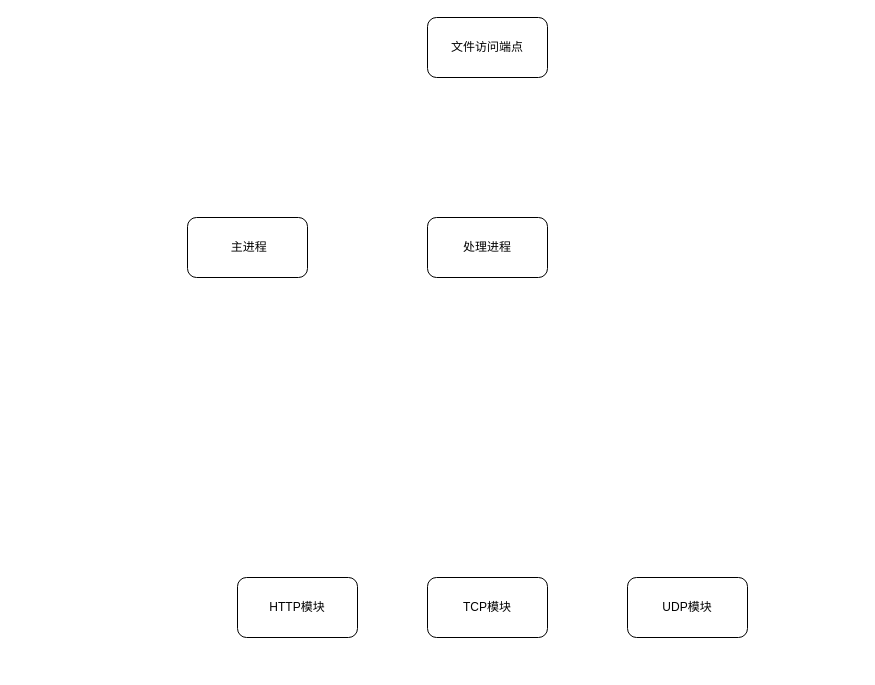
The draw.io diagram SystemGraph.drawio in CycleZero/mini-CentralNetwork, before the edit. Source tidied: cells renumbered, new cells numbered last; positions are measured from the earlier drawing's top-left corner, leaving out a move shared by most shapes. Both pictures are drawn from the tidied source at 100%, with x=0, y=0 at pixel (187, 17).
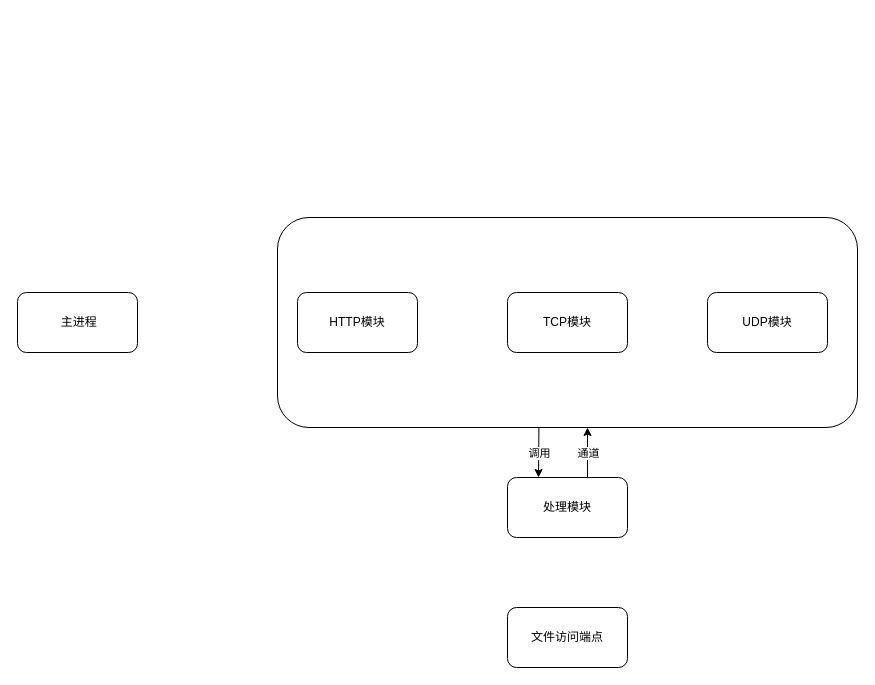
Above is the later version.

Diff of the diagram source:
```diff
@@
 <mxGraphModel>
   <root>
     <mxCell id="0" />
     <mxCell id="1" parent="0" />
+    <mxCell id="8" style="rounded=1;whiteSpace=wrap;html=1;" parent="1" vertex="1">
+      <mxGeometry x="90" y="200" width="580" height="210" as="geometry" />
+    </mxCell>
     <mxCell id="2" value="&amp;nbsp;主进程" style="rounded=1;whiteSpace=wrap;html=1;" parent="1" vertex="1">
-      <mxGeometry y="200" width="120" height="60" as="geometry" />
+      <mxGeometry x="-170" y="275" width="120" height="60" as="geometry" />
     </mxCell>
     <mxCell id="3" value="HTTP模块" style="rounded=1;whiteSpace=wrap;html=1;" parent="1" vertex="1">
-      <mxGeometry x="50" y="560" width="120" height="60" as="geometry" />
+      <mxGeometry x="110" y="275" width="120" height="60" as="geometry" />
     </mxCell>
     <mxCell id="4" value="TCP模块" style="rounded=1;whiteSpace=wrap;html=1;" parent="1" vertex="1">
-      <mxGeometry x="240" y="560" width="120" height="60" as="geometry" />
+      <mxGeometry x="320" y="275" width="120" height="60" as="geometry" />
     </mxCell>
     <mxCell id="5" value="UDP模块" style="rounded=1;whiteSpace=wrap;html=1;" parent="1" vertex="1">
-      <mxGeometry x="440" y="560" width="120" height="60" as="geometry" />
+      <mxGeometry x="520" y="275" width="120" height="60" as="geometry" />
     </mxCell>
-    <mxCell id="6" value="处理进程" style="rounded=1;whiteSpace=wrap;html=1;" parent="1" vertex="1">
-      <mxGeometry x="240" y="200" width="120" height="60" as="geometry" />
+    <mxCell id="6" value="处理模块" style="rounded=1;whiteSpace=wrap;html=1;" parent="1" vertex="1">
+      <mxGeometry x="320" y="460" width="120" height="60" as="geometry" />
     </mxCell>
     <mxCell id="7" value="文件访问端点" style="rounded=1;whiteSpace=wrap;html=1;" parent="1" vertex="1">
-      <mxGeometry x="240" width="120" height="60" as="geometry" />
+      <mxGeometry x="320" y="590" width="120" height="60" as="geometry" />
     </mxCell>
+    <mxCell id="9" style="endArrow=classic;html=1;exitX=0.667;exitY=0.011;exitDx=0;exitDy=0;exitPerimeter=0;" parent="1" edge="1" source="6">
+      <mxGeometry relative="1" as="geometry">
+        <mxPoint x="400" y="410" as="targetPoint" />
+      </mxGeometry>
+    </mxCell>
+    <mxCell id="10" value="通道" style="edgeLabel;html=1;align=center;verticalAlign=middle;" parent="9" vertex="1">
+      <mxGeometry relative="1" as="geometry" />
+    </mxCell>
+    <mxCell id="11" style="endArrow=classic;html=1;entryX=0.25;entryY=0;entryDx=0;entryDy=0;exitX=0.449;exitY=1.003;exitDx=0;exitDy=0;exitPerimeter=0;" parent="1" edge="1">
+      <mxGeometry relative="1" as="geometry">
+        <mxPoint x="351.4" y="410.6" as="sourcePoint" />
+        <mxPoint x="351" y="460" as="targetPoint" />
+      </mxGeometry>
+    </mxCell>
+    <mxCell id="12" value="调用" style="edgeLabel;html=1;align=center;verticalAlign=middle;" parent="11" vertex="1">
+      <mxGeometry relative="1" as="geometry" />
+    </mxCell>
   </root>
 </mxGraphModel>
```
